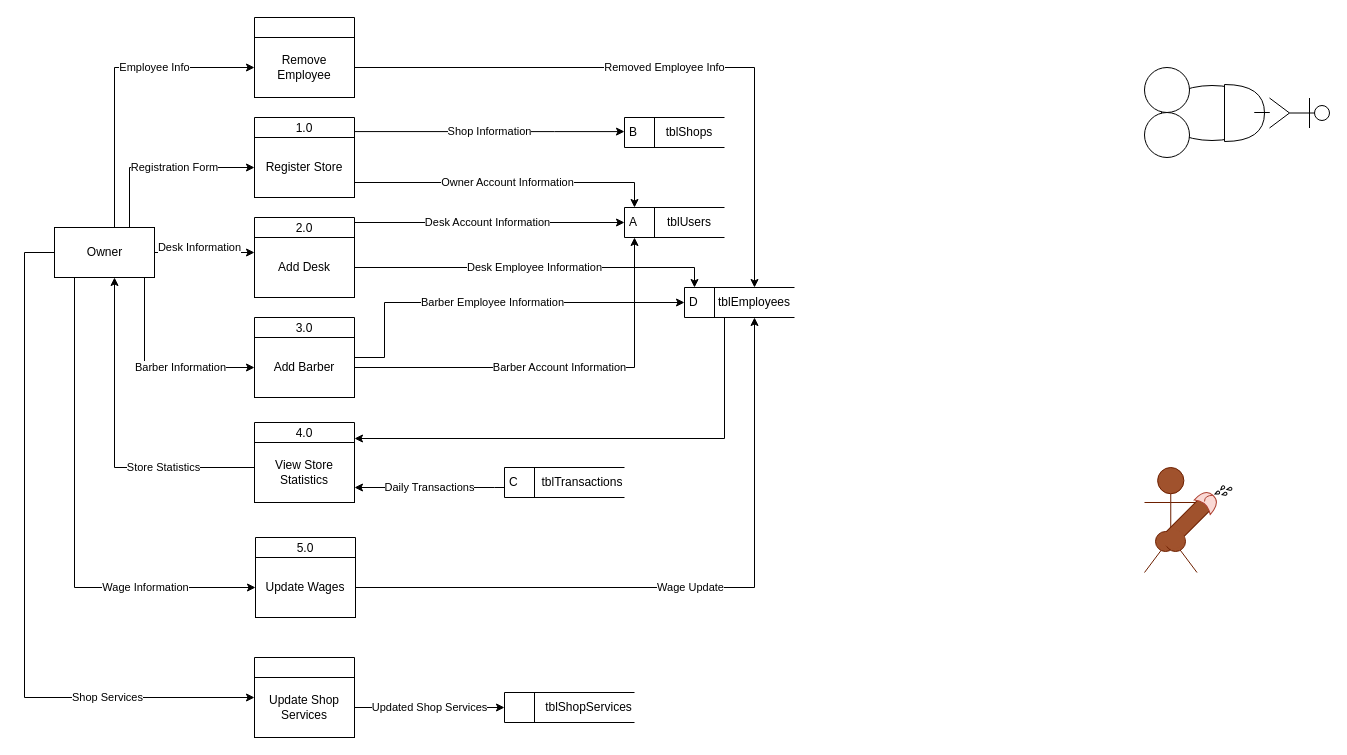
Above: page "Owner" (1 of 5) of Diagrams/Data flow.drawio in iampotato16/AppointCut (draw.io), before the change. Source tidied: cells renumbered, new cells numbered last; positions are measured from the earlier drawing's top-left corner, leaving out a move shared by most shapes. Both pictures are drawn from the tidied source at 100%, with x=0, y=0 at pixel (24, 17).
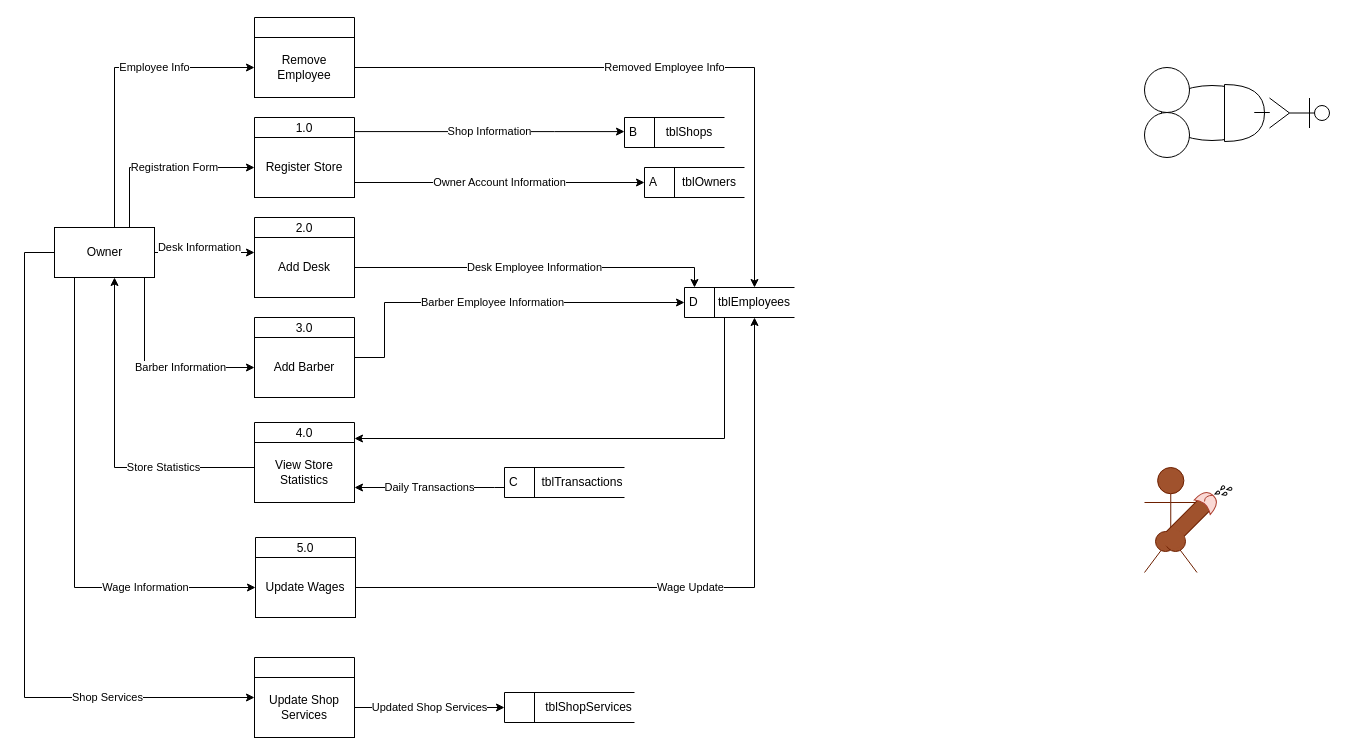
The same diagram, later.

Commit message:
Seperated tbl of owners, employees, customers

Unchanged cells that the change refers to:
```xml
<mxCell id="17" value="2.0" style="swimlane;fontStyle=0;horizontal=1;startSize=20;fillColor=#ffffff;swimlaneFillColor=#ffffff;" parent="1" vertex="1">
  <mxGeometry x="230" y="200" width="100" height="80" as="geometry" />
</mxCell>
<mxCell id="22" value="Register Store" style="rounded=0;whiteSpace=wrap;html=1;" parent="20" vertex="1">
  <mxGeometry y="20" width="100" height="60" as="geometry" />
</mxCell>
<mxCell id="25" value="Add Barber" style="rounded=0;whiteSpace=wrap;html=1;" parent="24" vertex="1">
  <mxGeometry y="20" width="100" height="60" as="geometry" />
</mxCell>
```

What changed in the source:
```diff
@@
     <mxCell id="9" value="Owner Account Information" style="endArrow=classic;html=1;rounded=0;edgeStyle=orthogonalEdgeStyle;exitX=1;exitY=0.75;exitDx=0;exitDy=0;" parent="1" edge="1" source="22" target="11">
-      <mxGeometry relative="1" as="geometry">
-        <Array as="points">
-          <mxPoint x="610" y="165" />
-        </Array>
-      </mxGeometry>
+      <mxGeometry relative="1" as="geometry" />
     </mxCell>
-    <mxCell id="10" style="group;" parent="1" vertex="1">
-      <mxGeometry x="600" y="190" width="100" height="30" as="geometry" />
-    </mxCell>
-    <mxCell id="11" value="A" style="html=1;dashed=0;whitespace=wrap;shape=mxgraph.dfd.dataStoreID;align=left;spacingLeft=3;points=[[0,0],[0.5,0],[1,0],[0,0.5],[1,0.5],[0,1],[0.5,1],[1,1]];sketch=0;" parent="10" vertex="1">
-      <mxGeometry width="100" height="30" as="geometry" />
-    </mxCell>
-    <mxCell id="12" value="tblUsers" style="text;html=1;strokeColor=none;fillColor=none;align=center;verticalAlign=middle;whiteSpace=wrap;rounded=0;sketch=0;" parent="10" vertex="1">
-      <mxGeometry x="30" width="70" height="30" as="geometry" />
-    </mxCell>
@@
-    <mxCell id="19" value="Desk Account Information" style="edgeStyle=orthogonalEdgeStyle;rounded=0;jettySize=auto;html=1;entryX=0;entryY=0.5;entryDx=0;entryDy=0;exitX=1;exitY=0.125;exitDx=0;exitDy=0;exitPerimeter=0;" parent="1" edge="1" source="17" target="11">
-      <mxGeometry relative="1" as="geometry">
-        <Array as="points">
-          <mxPoint x="330" y="205" />
-        </Array>
-      </mxGeometry>
-    </mxCell>
@@
-    <mxCell id="26" value="Barber Account Information" style="edgeStyle=orthogonalEdgeStyle;rounded=0;jettySize=auto;html=1;" parent="1" edge="1" source="25" target="11">
-      <mxGeometry relative="1" as="geometry">
-        <Array as="points">
-          <mxPoint x="610" y="350" />
-        </Array>
-      </mxGeometry>
-    </mxCell>
@@
+    <mxCell id="71" style="group;" parent="1" vertex="1">
+      <mxGeometry x="620" y="150" width="100" height="30" as="geometry" />
+    </mxCell>
+    <mxCell id="11" value="A" style="html=1;dashed=0;whitespace=wrap;shape=mxgraph.dfd.dataStoreID;align=left;spacingLeft=3;points=[[0,0],[0.5,0],[1,0],[0,0.5],[1,0.5],[0,1],[0.5,1],[1,1]];sketch=0;" parent="71" vertex="1">
+      <mxGeometry width="100" height="30" as="geometry" />
+    </mxCell>
+    <mxCell id="72" value="tblOwners" style="text;html=1;strokeColor=none;fillColor=none;align=center;verticalAlign=middle;whiteSpace=wrap;rounded=0;sketch=0;" parent="71" vertex="1">
+      <mxGeometry x="30" width="70" height="30" as="geometry" />
+    </mxCell>
```
